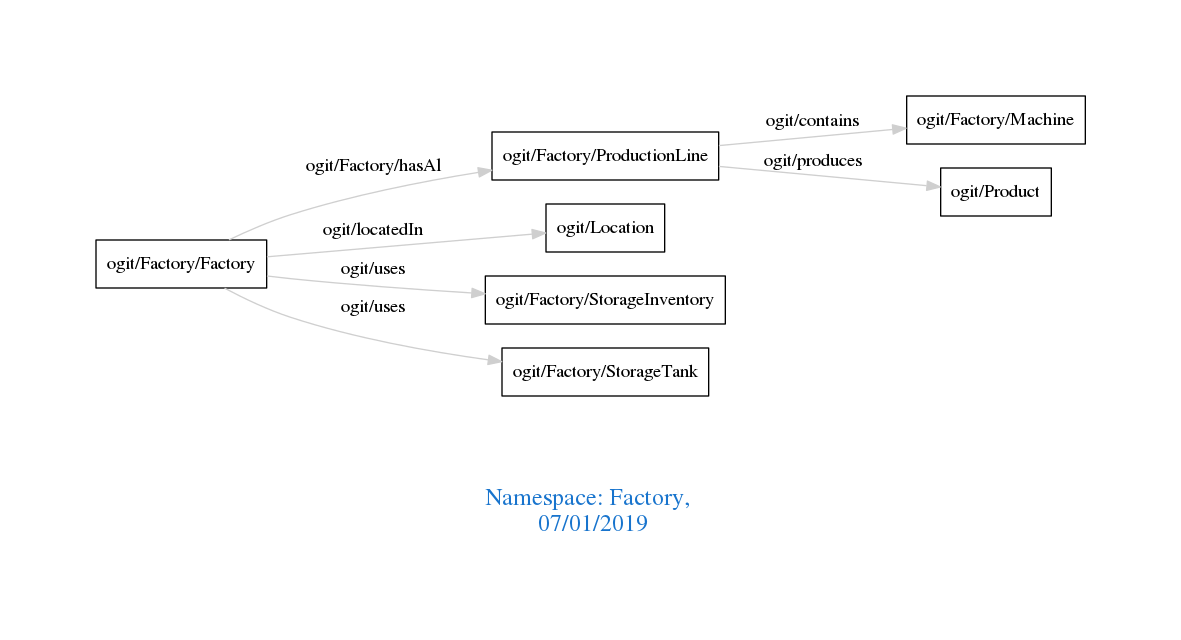
This is downloads/Factory.png from arago/OGIT, a Graphviz export, as it was before one commit. Its source is kept beside it as downloads/Factory.dot.
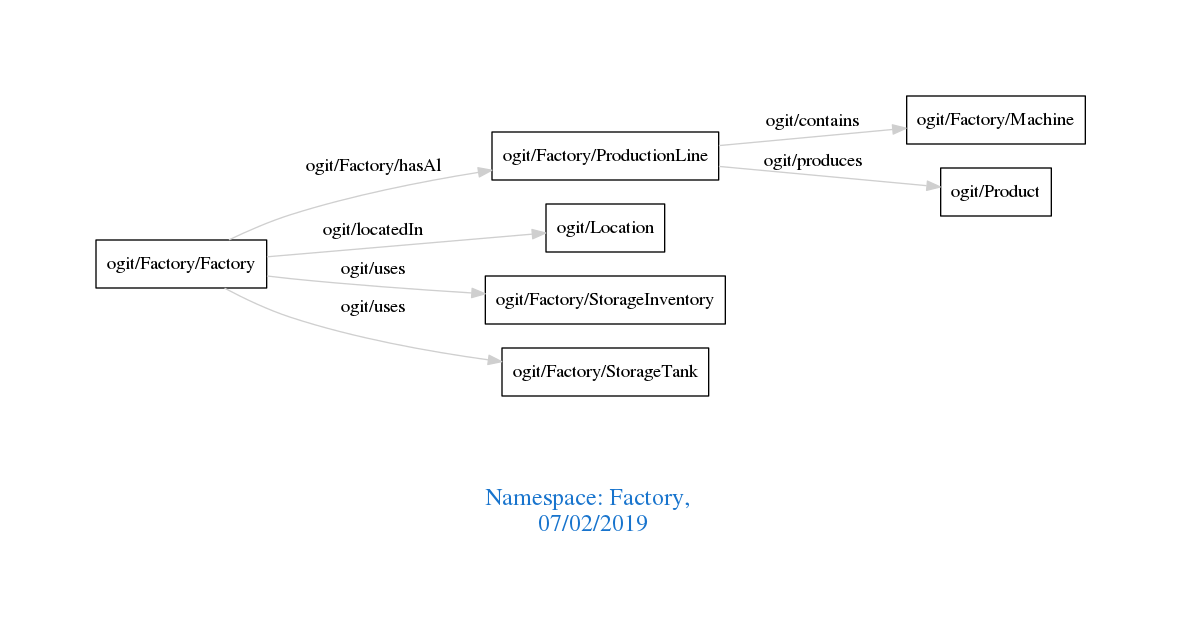
The same file after the commit.

Diff of the diagram source:
```diff
@@ -1,7 +1,7 @@
 digraph OGIT_ontology {
  graph [ rankdir= LR,pad=1
 fontsize = 18,
-fontcolor= dodgerblue3,label = "\n\n\nNamespace: Factory, \n 07/01/2019"];
+fontcolor= dodgerblue3,label = "\n\n\nNamespace: Factory, \n 07/02/2019"];
 node[shape=polygon];
 edge [  color="gray81"];
 
```
